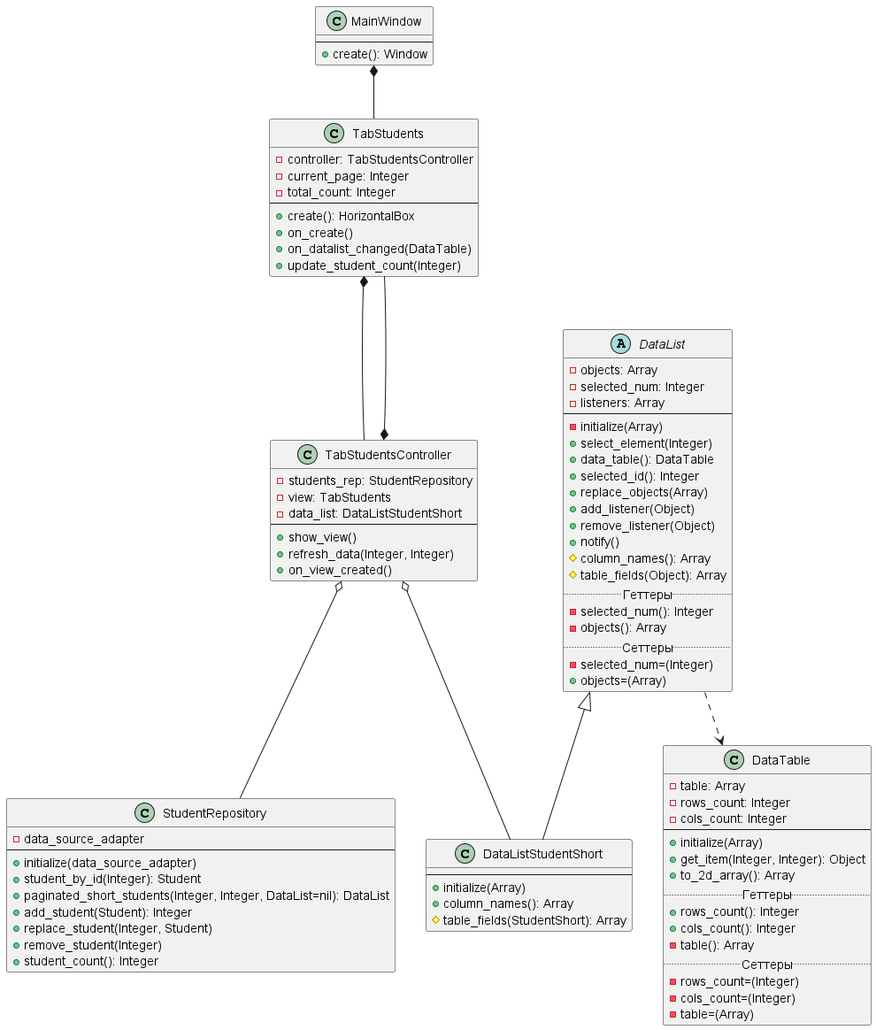
Above: Diagrams/mvc.png in r1411/PatternsLabs (PlantUML), before the change.
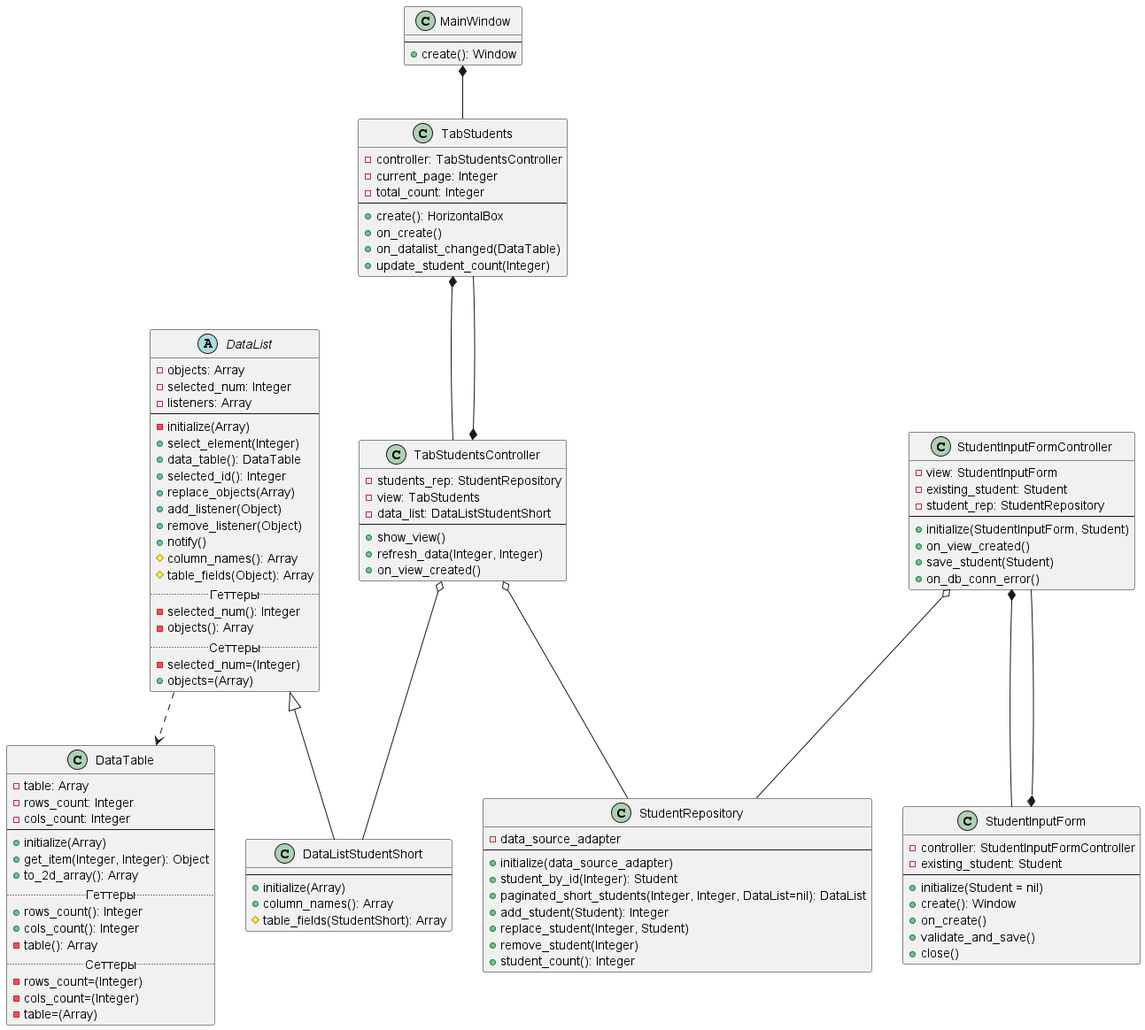
After the commit.

The edit, as a diff of the source:
```diff
@@ -6,6 +6,9 @@
 DataList ..> DataTable
 TabStudentsController o-- DataListStudentShort
 TabStudentsController o-- StudentRepository
+StudentInputForm *-- StudentInputFormController
+StudentInputFormController *-- StudentInputForm
+StudentInputFormController o-- StudentRepository
 
 class MainWindow {
     --
@@ -31,6 +34,28 @@
     +show_view()
     +refresh_data(Integer, Integer)
     +on_view_created()
+}
+
+class StudentInputForm {
+    -controller: StudentInputFormController
+    -existing_student: Student
+    --
+    +initialize(Student = nil)
+    +create(): Window
+    +on_create()
+    +validate_and_save()
+    +close()
+}
+
+class StudentInputFormController {
+    -view: StudentInputForm
+    -existing_student: Student
+    -student_rep: StudentRepository
+    --
+    +initialize(StudentInputForm, Student)
+    +on_view_created()
+    +save_student(Student)
+    +on_db_conn_error()
 }
 
 class DataTable {
```
